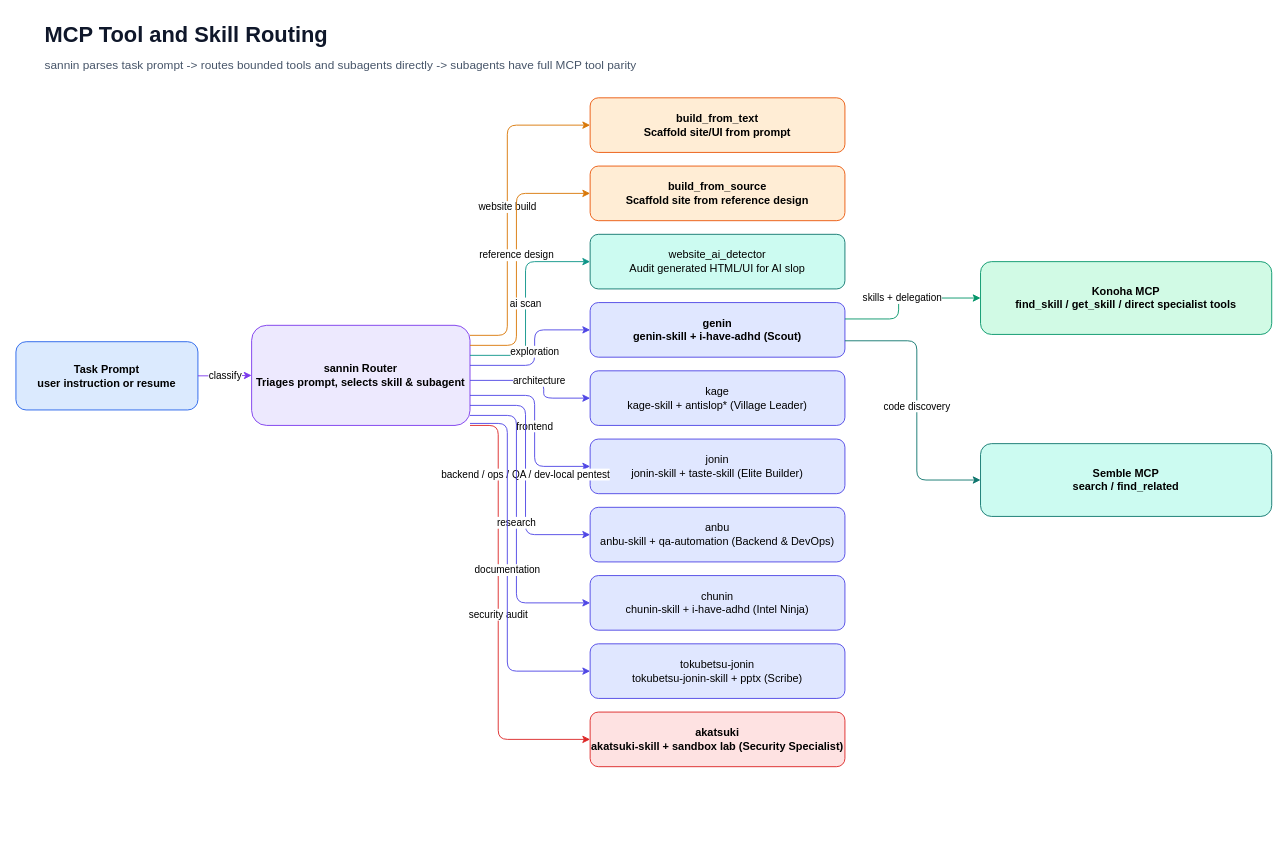
andycungkrinx91/konoha keeps this draw.io diagram as page "03 MCP Tool and Skill Routing" (3 of 18) of docs/diagrams/konoha-architecture.drawio. Above is the earlier version. Source tidied: cells renumbered, new cells numbered last; positions are measured from the earlier drawing's top-left corner, leaving out a move shared by most shapes. Both pictures are drawn from the tidied source at 91%, with x=0, y=0 at pixel (15, 15).
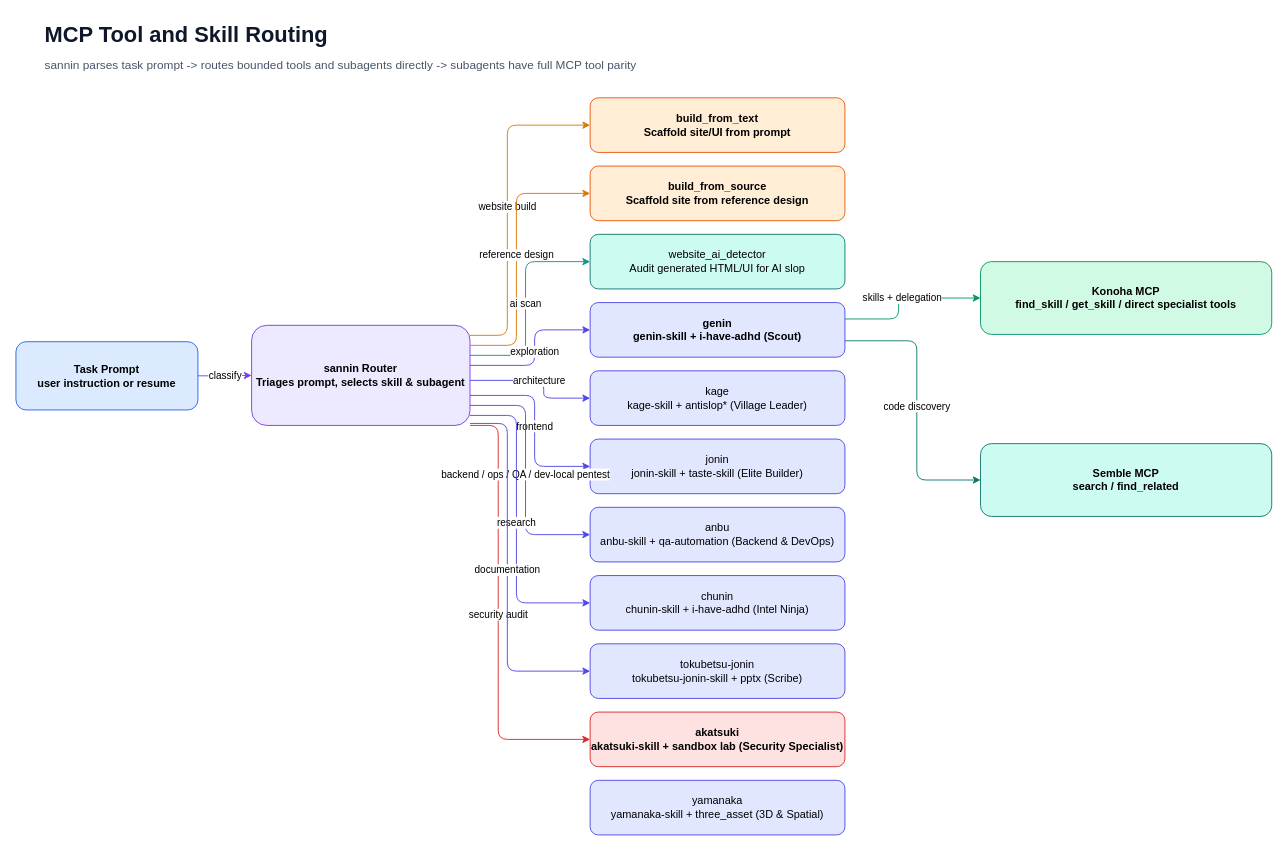
After the change.

What changed in the source:
```diff
@@
+    <mxCell id="31" value="yamanaka&#10;yamanaka-skill + three_asset (3D &amp; Spatial)" style="rounded=1;html=1;whiteSpace=wrap;fillColor=#e0e7ff;strokeColor=#4f46e5;overflow=visible;agent=yamanaka;" parent="1" vertex="1">
+      <mxGeometry x="631" y="840" width="280" height="60" as="geometry" />
+    </mxCell>
```
